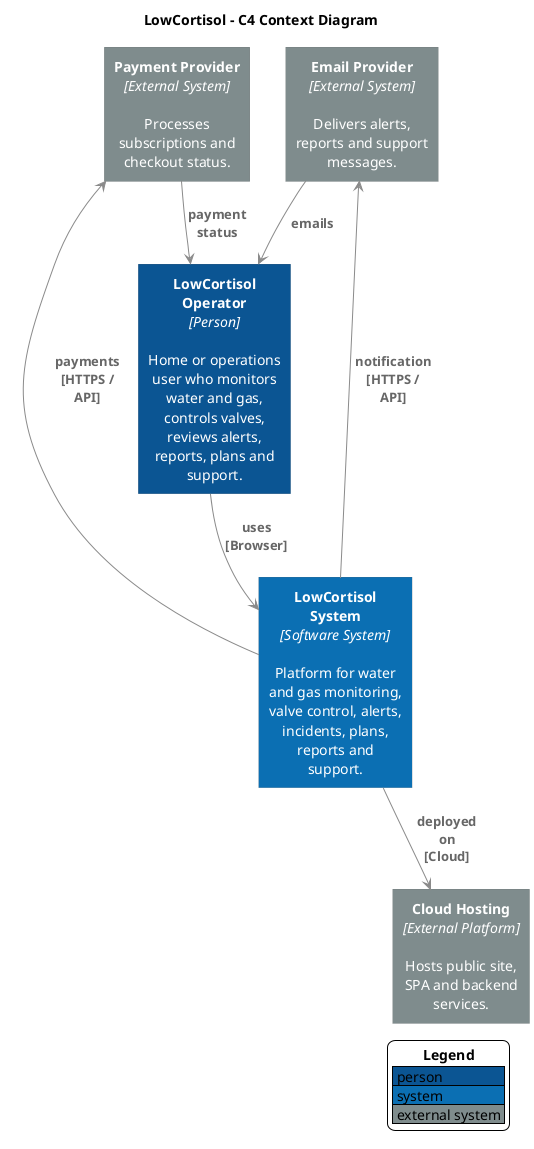
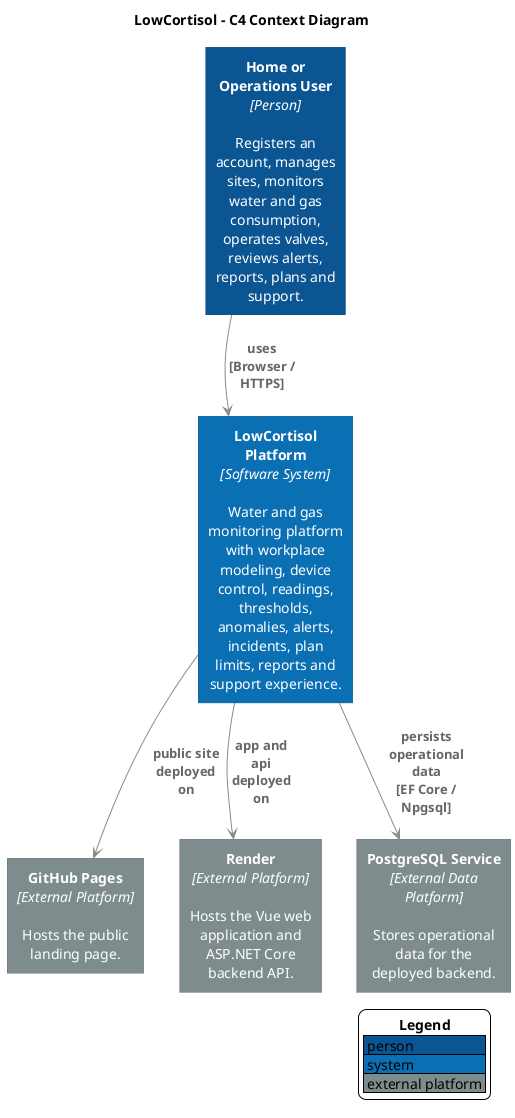
@startuml
skinparam backgroundColor #FFFFFF
skinparam shadowing false
skinparam defaultFontName Arial
skinparam defaultTextAlignment center
skinparam wrapWidth 135
skinparam maxMessageSize 70
skinparam nodesep 35
skinparam ranksep 45
skinparam ArrowColor #8A8A8A
skinparam ArrowFontColor #666666
skinparam ArrowFontStyle bold
skinparam ArrowThickness 1
skinparam rectangleRoundCorner 0
skinparam rectangleBorderThickness 0
skinparam rectangleFontColor #FFFFFF
skinparam rectangleFontStyle plain
skinparam rectangle {
  BorderThickness 0
  MinimumWidth 155
  Padding 8
}
hide stereotype
top to bottom direction

title LowCortisol - C4 Context Diagram

- rectangle "<b>LowCortisol Operator</b>\n<i>[Person]</i>\n\nHome or operations user who monitors water and gas, controls valves, reviews alerts, reports, plans and support." as User #0B5593
+ rectangle "<b>Home or Operations User</b>\n<i>[Person]</i>\n\nRegisters an account, manages sites, monitors water and gas consumption, operates valves, reviews alerts, reports, plans and support." as User #0B5593

- rectangle "<b>LowCortisol System</b>\n<i>[Software System]</i>\n\nPlatform for water and gas monitoring, valve control, alerts, incidents, plans, reports and support." as System #0B6FB3
+ rectangle "<b>LowCortisol Platform</b>\n<i>[Software System]</i>\n\nWater and gas monitoring platform with workplace modeling, device control, readings, thresholds, anomalies, alerts, incidents, plan limits, reports and support experience." as System #0B6FB3

- rectangle "<b>Payment Provider</b>\n<i>[External System]</i>\n\nProcesses subscriptions and checkout status." as Payment #7F8C8D
- rectangle "<b>Email Provider</b>\n<i>[External System]</i>\n\nDelivers alerts, reports and support messages." as Mail #7F8C8D
- rectangle "<b>Cloud Hosting</b>\n<i>[External Platform]</i>\n\nHosts public site, SPA and backend services." as Hosting #7F8C8D
+ rectangle "<b>GitHub Pages</b>\n<i>[External Platform]</i>\n\nHosts the public landing page." as Pages #7F8C8D
+ rectangle "<b>Render</b>\n<i>[External Platform]</i>\n\nHosts the Vue web application and ASP.NET Core backend API." as Render #7F8C8D
+ rectangle "<b>PostgreSQL Service</b>\n<i>[External Data Platform]</i>\n\nStores operational data for the deployed backend." as Postgres #7F8C8D

- User --> System : uses\n[Browser]
- System --> Payment : payments\n[HTTPS / API]
- System --> Mail : notification\n[HTTPS / API]
- System --> Hosting : deployed on\n[Cloud]
- Payment --> User : payment status
- Mail --> User : emails
+ User --> System : uses\n[Browser / HTTPS]
+ System --> Pages : public site deployed on
+ System --> Render : app and api deployed on
+ System --> Postgres : persists operational data\n[EF Core / Npgsql]

- Payment -[hidden]right- Mail
- Mail -[hidden]right- Hosting
+ Pages -[hidden]right- Render
+ Render -[hidden]right- Postgres
User -[hidden]down- System
- System -[hidden]down- Mail
+ System -[hidden]down- Render

legend right
  <b>Legend</b>
  |<#0B5593> person |
  |<#0B6FB3> system |
-   |<#7F8C8D> external system |
+   |<#7F8C8D> external platform |
endlegend

@enduml
